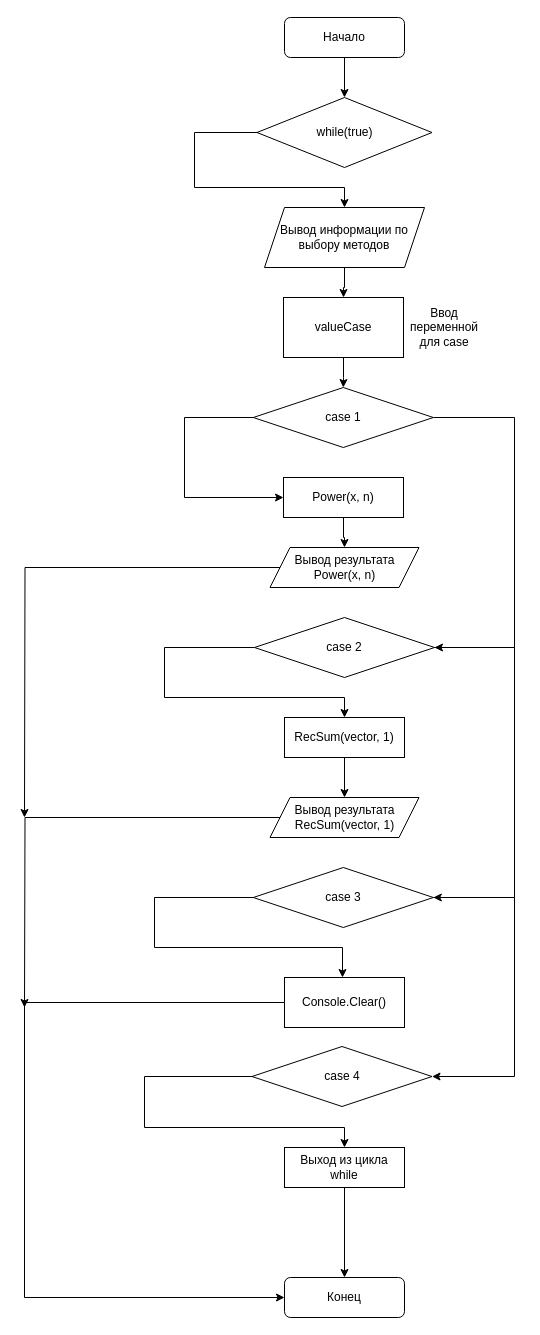
Before: page "Основное тело программы" (3 of 3) of Лаба 5/Diagramma_5_LR.drawio in Odzii/Csharp_labs, a draw.io diagram. Source tidied: cells renumbered, new cells numbered last; positions are measured from the earlier drawing's top-left corner, leaving out a move shared by most shapes. Both pictures are drawn from the tidied source at 100%, with x=0, y=0 at pixel (24, 17).
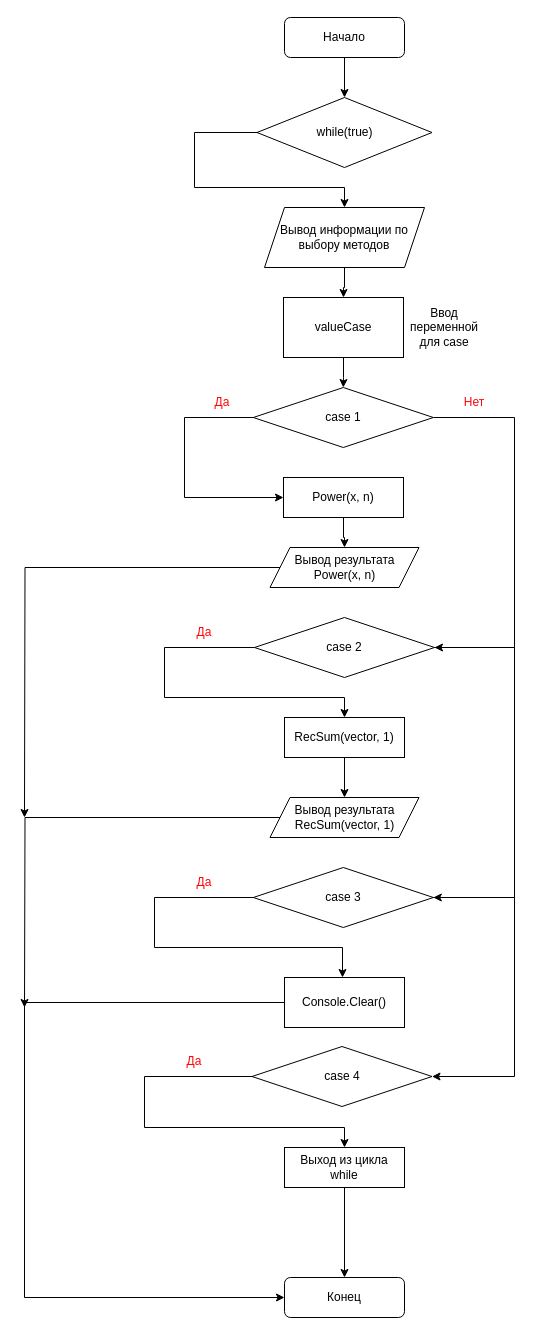
After the change.

Change to the diagram source:
```diff
@@
+    <mxCell id="35" value="&lt;font style=&quot;color: rgb(255, 6, 6);&quot;&gt;Да&lt;/font&gt;" style="text;html=1;align=center;verticalAlign=middle;whiteSpace=wrap;rounded=0;" parent="1" vertex="1">
+      <mxGeometry x="167.5" y="370" width="60" height="30" as="geometry" />
+    </mxCell>
+    <mxCell id="36" value="&lt;font style=&quot;color: rgb(255, 6, 6);&quot;&gt;Нет&lt;/font&gt;" style="text;html=1;align=center;verticalAlign=middle;whiteSpace=wrap;rounded=0;" parent="1" vertex="1">
+      <mxGeometry x="420" y="370" width="60" height="30" as="geometry" />
+    </mxCell>
+    <mxCell id="37" value="&lt;font style=&quot;color: rgb(255, 6, 6);&quot;&gt;Да&lt;/font&gt;" style="text;html=1;align=center;verticalAlign=middle;whiteSpace=wrap;rounded=0;" parent="1" vertex="1">
+      <mxGeometry x="150" y="600" width="60" height="30" as="geometry" />
+    </mxCell>
+    <mxCell id="38" value="&lt;font style=&quot;color: rgb(255, 6, 6);&quot;&gt;Да&lt;/font&gt;" style="text;html=1;align=center;verticalAlign=middle;whiteSpace=wrap;rounded=0;" parent="1" vertex="1">
+      <mxGeometry x="150" y="850" width="60" height="30" as="geometry" />
+    </mxCell>
+    <mxCell id="39" value="&lt;font style=&quot;color: rgb(255, 6, 6);&quot;&gt;Да&lt;/font&gt;" style="text;html=1;align=center;verticalAlign=middle;whiteSpace=wrap;rounded=0;" parent="1" vertex="1">
+      <mxGeometry x="140" y="1029" width="60" height="30" as="geometry" />
+    </mxCell>
```
